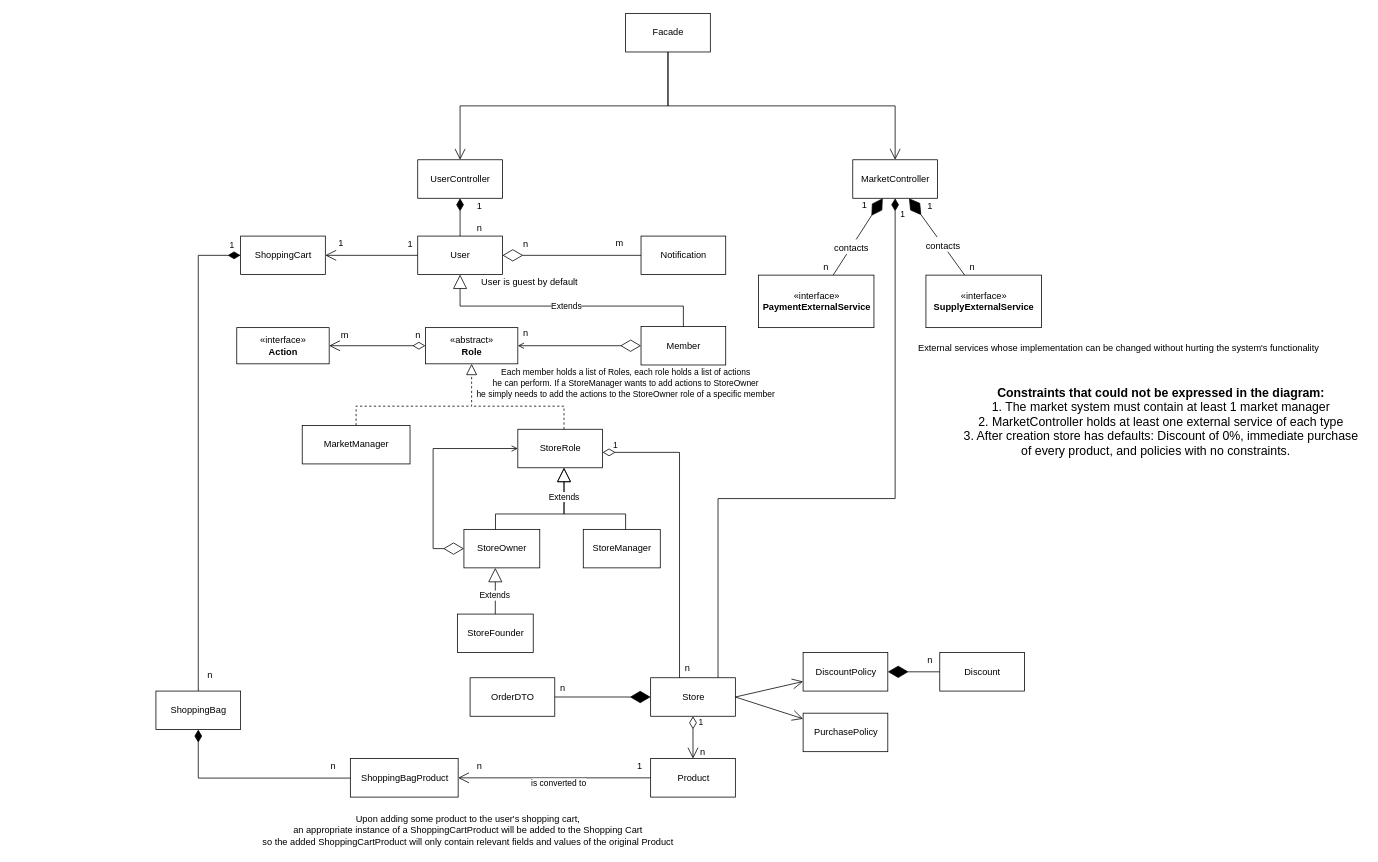
The draw.io diagram page "White Diagram" (1 of 3) of Workshop.drawio in itaitzruia4/Workshop, before the edit. Source tidied: cells renumbered, new cells numbered last; positions are measured from the earlier drawing's top-left corner, leaving out a move shared by most shapes. Both pictures are drawn from the tidied source at 77%, with x=0, y=0 at pixel (13, 13).
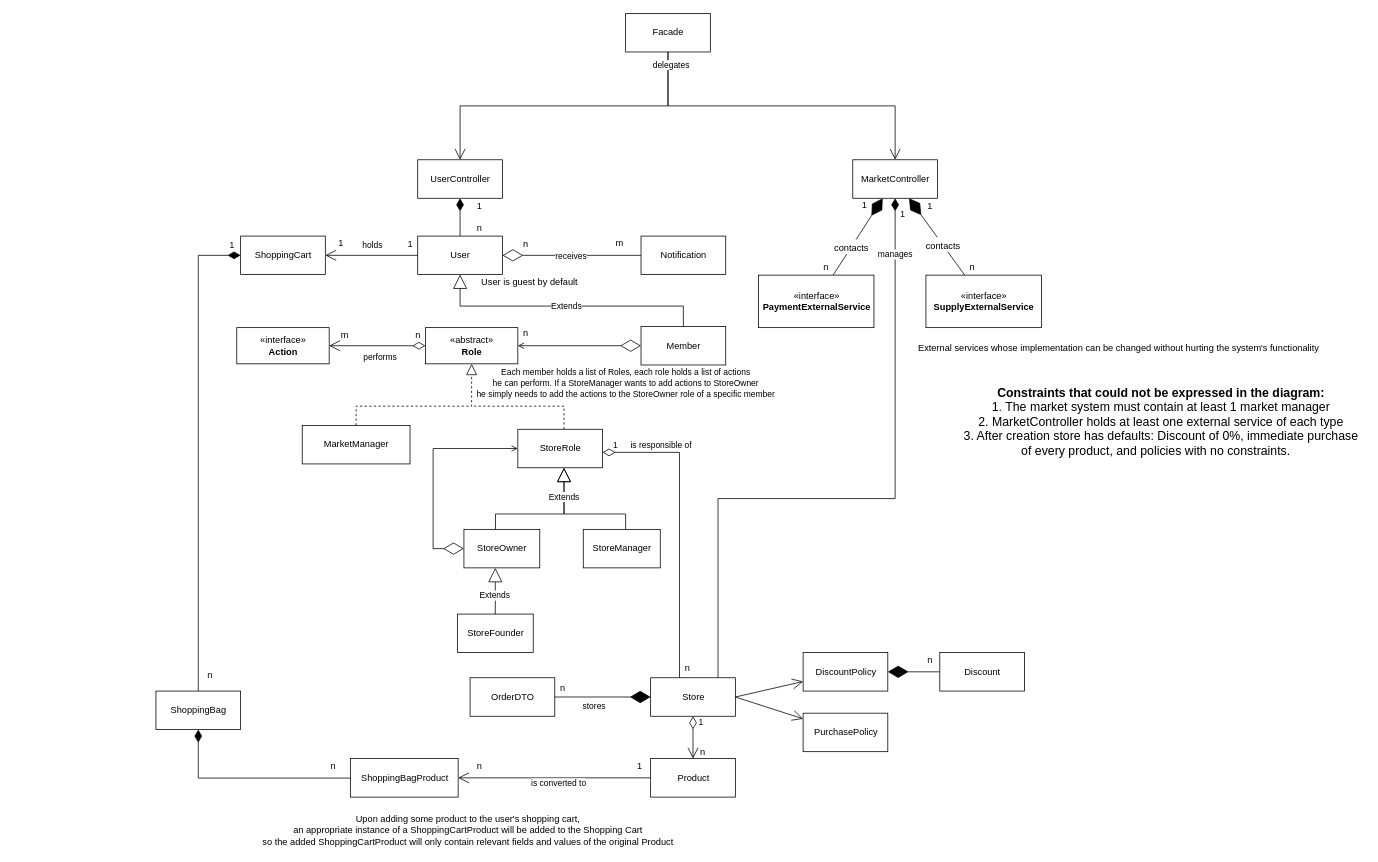
The same page after the edit.

The change refers to these unchanged cells:
```xml
<mxCell id="9" style="endArrow=diamondThin;endFill=0;endSize=24;html=1;rounded=0;" parent="1" edge="1" source="7" target="8">
  <mxGeometry relative="1" as="geometry" />
</mxCell>
<mxCell id="23" style="endArrow=open;endFill=1;endSize=12;html=1;rounded=0;" parent="1" edge="1" source="8" target="22">
  <mxGeometry relative="1" as="geometry" />
</mxCell>
<mxCell id="30" value="1" style="endArrow=none;html=1;endSize=12;startArrow=diamondThin;startSize=14;startFill=1;edgeStyle=orthogonalEdgeStyle;align=left;verticalAlign=bottom;rounded=0;endFill=0;" parent="1" edge="1" source="6" target="26">
  <mxGeometry x="-0.93" y="5" relative="1" as="geometry">
    <Array as="points">
      <mxPoint x="1145" y="630" />
      <mxPoint x="915" y="630" />
    </Array>
  </mxGeometry>
</mxCell>
<mxCell id="42" value="1" style="endArrow=none;html=1;endSize=12;startArrow=diamondThin;startSize=14;startFill=0;edgeStyle=orthogonalEdgeStyle;align=left;verticalAlign=bottom;rounded=0;endFill=0;" parent="1" edge="1" source="51" target="26">
  <mxGeometry x="-0.94" relative="1" as="geometry">
    <Array as="points">
      <mxPoint x="865" y="570" />
    </Array>
  </mxGeometry>
</mxCell>
<mxCell id="57" style="endArrow=open;html=1;endSize=12;startArrow=diamondThin;startSize=14;startFill=0;edgeStyle=orthogonalEdgeStyle;align=left;verticalAlign=bottom;rounded=0;" parent="1" edge="1" source="55" target="56">
  <mxGeometry x="-1" y="3" relative="1" as="geometry" />
</mxCell>
<mxCell id="70" style="endArrow=diamondThin;endFill=1;endSize=24;html=1;rounded=0;fontSize=11;" parent="1" edge="1" source="69" target="26">
  <mxGeometry relative="1" as="geometry" />
</mxCell>
<mxCell id="82" style="endArrow=open;endFill=1;endSize=12;html=1;rounded=0;edgeStyle=orthogonalEdgeStyle;" parent="1" edge="1" source="80" target="5">
  <mxGeometry relative="1" as="geometry">
    <Array as="points">
      <mxPoint x="850" y="120" />
      <mxPoint x="580" y="120" />
    </Array>
  </mxGeometry>
</mxCell>
```

Diff of the diagram source:
```diff
@@
+    <mxCell id="83" value="receives" style="edgeLabel;html=1;align=center;verticalAlign=middle;" parent="9" vertex="1">
+      <mxGeometry x="0.19" y="-1" relative="1" as="geometry">
+        <mxPoint x="15" y="1" as="offset" />
+      </mxGeometry>
+    </mxCell>
@@
+    <mxCell id="84" value="holds" style="edgeLabel;html=1;align=center;verticalAlign=middle;" parent="23" vertex="1">
+      <mxGeometry x="-0.2" relative="1" as="geometry">
+        <mxPoint x="-12" y="-14" as="offset" />
+      </mxGeometry>
+    </mxCell>
@@
+    <mxCell id="85" value="manages" style="edgeLabel;html=1;align=center;verticalAlign=middle;" parent="30" vertex="1">
+      <mxGeometry x="-0.83" y="-1" relative="1" as="geometry" />
+    </mxCell>
@@
+    <mxCell id="86" value="is responsible of" style="edgeLabel;html=1;align=center;verticalAlign=middle;" parent="42" vertex="1">
+      <mxGeometry x="0.55" relative="1" as="geometry">
+        <mxPoint x="-25" y="-214" as="offset" />
+      </mxGeometry>
+    </mxCell>
@@
+    <mxCell id="87" value="performs" style="edgeLabel;html=1;align=center;verticalAlign=middle;" parent="57" vertex="1">
+      <mxGeometry x="-0.15" y="-1" relative="1" as="geometry">
+        <mxPoint x="-7" y="15" as="offset" />
+      </mxGeometry>
+    </mxCell>
@@
+    <mxCell id="88" value="stores" style="edgeLabel;html=1;align=center;verticalAlign=middle;" parent="70" vertex="1">
+      <mxGeometry x="-0.19" y="-3" relative="1" as="geometry">
+        <mxPoint y="9" as="offset" />
+      </mxGeometry>
+    </mxCell>
@@
+    <mxCell id="89" value="delegates" style="edgeLabel;html=1;align=center;verticalAlign=middle;" parent="82" vertex="1">
+      <mxGeometry x="-0.92" y="3" relative="1" as="geometry" />
+    </mxCell>
```
